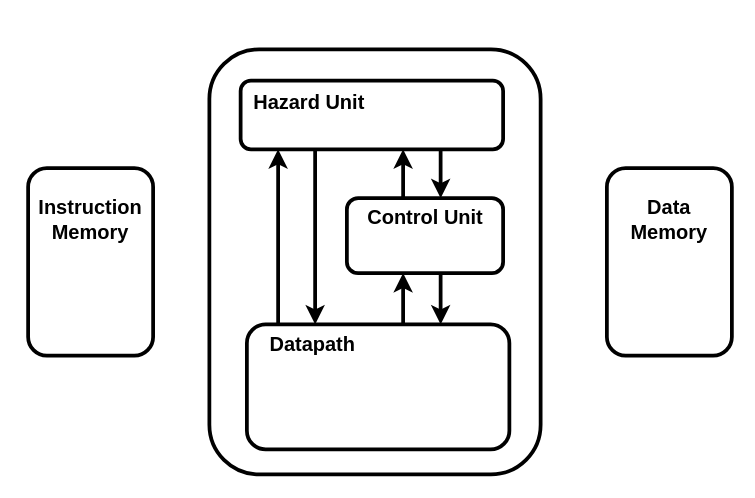
Before: page "BEAN-2 High Level" (1 of 4) of assets/BEAN-2.drawio in PebPeb/BEAN-2, a draw.io diagram. Source tidied: cells renumbered, new cells numbered last; positions are measured from the earlier drawing's top-left corner, leaving out a move shared by most shapes. Both pictures are drawn from the tidied source at 125%, with x=0, y=0 at pixel (28, 49).
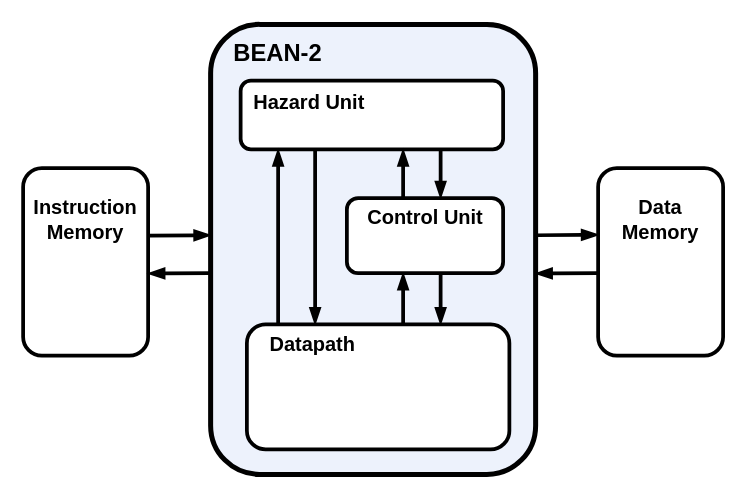
The same page after the edit.

Change to the diagram source:
```diff
@@
-    <mxCell id="2" style="rounded=1;whiteSpace=wrap;html=1;labelBackgroundColor=none;fillStyle=solid;strokeWidth=3;gradientDirection=east;" parent="1" vertex="1">
-      <mxGeometry x="145" width="265" height="340" as="geometry" />
+    <mxCell id="2" style="rounded=1;whiteSpace=wrap;html=1;labelBackgroundColor=none;fillStyle=solid;strokeWidth=4;gradientDirection=east;fillColor=#EDF2FC;strokeColor=#000000;" parent="1" vertex="1">
+      <mxGeometry x="146" y="-20" width="260" height="360" as="geometry" />
     </mxCell>
     <mxCell id="3" style="rounded=1;whiteSpace=wrap;html=1;strokeColor=#000000;labelBackgroundColor=none;fillStyle=solid;strokeWidth=3;gradientColor=none;gradientDirection=east;" parent="1" vertex="1">
-      <mxGeometry x="463" y="95" width="100" height="150" as="geometry" />
+      <mxGeometry x="456" y="95" width="100" height="150" as="geometry" />
     </mxCell>
     <mxCell id="4" style="rounded=1;whiteSpace=wrap;html=1;strokeColor=#000000;labelBackgroundColor=none;fillStyle=solid;strokeWidth=3;gradientColor=none;gradientDirection=east;" parent="1" vertex="1">
-      <mxGeometry y="95" width="100" height="150" as="geometry" />
+      <mxGeometry x="-4" y="95" width="100" height="150" as="geometry" />
     </mxCell>
@@
-    <mxCell id="7" style="rounded=1;whiteSpace=wrap;html=1;strokeColor=#000000;labelBackgroundColor=none;fillStyle=solid;strokeWidth=3;gradientColor=none;gradientDirection=east;" parent="1" vertex="1">
-      <mxGeometry x="255" y="119" width="125" height="60" as="geometry" />
-    </mxCell>
     <mxCell id="8" value="&lt;b&gt;Instruction Memory&lt;/b&gt;" style="text;html=1;strokeColor=none;fillColor=none;align=center;verticalAlign=middle;whiteSpace=wrap;rounded=0;fontSize=16;" parent="1" vertex="1">
-      <mxGeometry y="95" width="100" height="81" as="geometry" />
+      <mxGeometry x="-4" y="95" width="100" height="81" as="geometry" />
     </mxCell>
     <mxCell id="9" value="&lt;b&gt;Data Memory&lt;/b&gt;" style="text;html=1;strokeColor=none;fillColor=none;align=center;verticalAlign=middle;whiteSpace=wrap;rounded=0;fontSize=16;" parent="1" vertex="1">
-      <mxGeometry x="463" y="95" width="100" height="81" as="geometry" />
+      <mxGeometry x="456" y="95" width="100" height="81" as="geometry" />
     </mxCell>
-    <mxCell id="10" value="&lt;b&gt;Control Unit&lt;/b&gt;" style="text;html=1;strokeColor=none;fillColor=none;align=center;verticalAlign=middle;whiteSpace=wrap;rounded=0;fontSize=16;" parent="1" vertex="1">
-      <mxGeometry x="267.5" y="118" width="100" height="31" as="geometry" />
-    </mxCell>
@@
-    <mxCell id="13" style="endArrow=classic;html=1;rounded=0;labelBackgroundColor=none;fillStyle=solid;strokeColor=#000000;strokeWidth=3;fontFamily=Helvetica;fontSize=12;fontColor=default;fillColor=default;gradientColor=none;gradientDirection=east;shape=connector;" parent="1" edge="1">
+    <mxCell id="13" style="endArrow=blockThin;html=1;rounded=0;labelBackgroundColor=none;fillStyle=solid;strokeColor=#000000;strokeWidth=3;fontFamily=Helvetica;fontSize=12;fontColor=default;fillColor=default;gradientColor=none;gradientDirection=east;shape=connector;startArrow=none;startFill=0;endFill=1;" parent="1" edge="1">
       <mxGeometry relative="1" as="geometry">
         <mxPoint x="200" y="220" as="sourcePoint" />
         <mxPoint x="200" y="80" as="targetPoint" />
       </mxGeometry>
     </mxCell>
-    <mxCell id="14" style="endArrow=none;html=1;rounded=0;labelBackgroundColor=none;fillStyle=solid;strokeColor=default;strokeWidth=3;fontFamily=Helvetica;fontSize=12;fontColor=default;fillColor=default;gradientColor=none;gradientDirection=east;shape=connector;endFill=0;startArrow=classic;startFill=1;" parent="1" edge="1">
+    <mxCell id="14" style="endArrow=none;html=1;rounded=0;labelBackgroundColor=none;fillStyle=solid;strokeColor=#000000;strokeWidth=3;fontFamily=Helvetica;fontSize=12;fontColor=default;fillColor=default;gradientColor=none;gradientDirection=east;shape=connector;endFill=0;startArrow=blockThin;startFill=1;" parent="1" edge="1">
       <mxGeometry relative="1" as="geometry">
         <mxPoint x="229.6" y="220" as="sourcePoint" />
         <mxPoint x="229.6" y="80" as="targetPoint" />
       </mxGeometry>
     </mxCell>
-    <mxCell id="15" style="endArrow=classic;html=1;rounded=0;labelBackgroundColor=none;fillStyle=solid;strokeColor=#000000;strokeWidth=3;fontFamily=Helvetica;fontSize=12;fontColor=default;fillColor=default;gradientColor=none;gradientDirection=east;shape=connector;" parent="1" edge="1">
+    <mxCell id="15" style="endArrow=blockThin;html=1;rounded=0;labelBackgroundColor=none;fillStyle=solid;strokeColor=#000000;strokeWidth=3;fontFamily=Helvetica;fontSize=12;fontColor=default;fillColor=default;gradientColor=none;gradientDirection=east;shape=connector;startArrow=none;startFill=0;endFill=1;" parent="1" edge="1">
       <mxGeometry relative="1" as="geometry">
         <mxPoint x="300" y="119" as="sourcePoint" />
         <mxPoint x="300" y="80" as="targetPoint" />
       </mxGeometry>
     </mxCell>
-    <mxCell id="16" style="endArrow=none;html=1;rounded=0;labelBackgroundColor=none;fillStyle=solid;strokeColor=#000000;strokeWidth=3;fontFamily=Helvetica;fontSize=12;fontColor=default;fillColor=default;gradientColor=none;gradientDirection=east;shape=connector;startArrow=classic;startFill=1;endFill=0;" parent="1" edge="1">
+    <mxCell id="16" style="endArrow=none;html=1;rounded=0;labelBackgroundColor=none;fillStyle=solid;strokeColor=#000000;strokeWidth=3;fontFamily=Helvetica;fontSize=12;fontColor=default;fillColor=default;gradientColor=none;gradientDirection=east;shape=connector;startArrow=blockThin;startFill=1;endFill=0;" parent="1" edge="1">
       <mxGeometry relative="1" as="geometry">
         <mxPoint x="330" y="119" as="sourcePoint" />
         <mxPoint x="330" y="80" as="targetPoint" />
       </mxGeometry>
     </mxCell>
-    <mxCell id="17" style="endArrow=none;html=1;rounded=0;labelBackgroundColor=none;fillStyle=solid;strokeColor=#000000;strokeWidth=3;fontFamily=Helvetica;fontSize=12;fontColor=default;fillColor=default;gradientColor=none;gradientDirection=east;shape=connector;startArrow=classic;startFill=1;endFill=0;" parent="1" edge="1">
+    <mxCell id="17" style="endArrow=none;html=1;rounded=0;labelBackgroundColor=none;fillStyle=solid;strokeColor=#000000;strokeWidth=3;fontFamily=Helvetica;fontSize=12;fontColor=default;fillColor=default;gradientColor=none;gradientDirection=east;shape=connector;startArrow=blockThin;startFill=1;endFill=0;" parent="1" edge="1">
       <mxGeometry relative="1" as="geometry">
         <mxPoint x="330" y="220" as="sourcePoint" />
         <mxPoint x="330" y="180" as="targetPoint" />
       </mxGeometry>
     </mxCell>
-    <mxCell id="18" style="endArrow=classic;html=1;rounded=0;labelBackgroundColor=none;fillStyle=solid;strokeColor=#000000;strokeWidth=3;fontFamily=Helvetica;fontSize=12;fontColor=default;fillColor=default;gradientColor=none;gradientDirection=east;shape=connector;startArrow=none;startFill=0;endFill=1;" parent="1" edge="1">
+    <mxCell id="18" style="endArrow=blockThin;html=1;rounded=0;labelBackgroundColor=none;fillStyle=solid;strokeColor=#000000;strokeWidth=3;fontFamily=Helvetica;fontSize=12;fontColor=default;fillColor=default;gradientColor=none;gradientDirection=east;shape=connector;startArrow=none;startFill=0;endFill=1;" parent="1" edge="1">
       <mxGeometry relative="1" as="geometry">
         <mxPoint x="300" y="219" as="sourcePoint" />
         <mxPoint x="300" y="179" as="targetPoint" />
       </mxGeometry>
     </mxCell>
+    <mxCell id="19" style="endArrow=blockThin;html=1;rounded=0;labelBackgroundColor=none;fillStyle=solid;strokeColor=#000000;strokeWidth=3;fontFamily=Helvetica;fontSize=12;fontColor=default;fillColor=default;gradientColor=none;gradientDirection=east;shape=connector;entryX=0;entryY=0.559;entryDx=0;entryDy=0;entryPerimeter=0;startArrow=none;startFill=0;endFill=1;" parent="1" edge="1">
+      <mxGeometry relative="1" as="geometry">
+        <mxPoint x="96" y="149" as="sourcePoint" />
+        <mxPoint x="146" y="148.7" as="targetPoint" />
+      </mxGeometry>
+    </mxCell>
+    <mxCell id="20" style="endArrow=none;html=1;rounded=0;labelBackgroundColor=none;fillStyle=solid;strokeColor=#000000;strokeWidth=3;fontFamily=Helvetica;fontSize=12;fontColor=default;fillColor=default;gradientColor=none;gradientDirection=east;shape=connector;entryX=0;entryY=0.559;entryDx=0;entryDy=0;entryPerimeter=0;startArrow=blockThin;startFill=1;endFill=0;" parent="1" edge="1">
+      <mxGeometry relative="1" as="geometry">
+        <mxPoint x="96" y="179.3" as="sourcePoint" />
+        <mxPoint x="146" y="179" as="targetPoint" />
+      </mxGeometry>
+    </mxCell>
+    <mxCell id="21" style="endArrow=none;html=1;rounded=0;labelBackgroundColor=none;fillStyle=solid;strokeColor=#000000;strokeWidth=3;fontFamily=Helvetica;fontSize=12;fontColor=default;fillColor=default;gradientColor=none;gradientDirection=east;shape=connector;entryX=0;entryY=0.559;entryDx=0;entryDy=0;entryPerimeter=0;startArrow=blockThin;startFill=1;endFill=0;" parent="1" edge="1">
+      <mxGeometry relative="1" as="geometry">
+        <mxPoint x="406" y="179.3" as="sourcePoint" />
+        <mxPoint x="456" y="179" as="targetPoint" />
+      </mxGeometry>
+    </mxCell>
+    <mxCell id="22" style="endArrow=blockThin;html=1;rounded=0;labelBackgroundColor=none;fillStyle=solid;strokeColor=#000000;strokeWidth=3;fontFamily=Helvetica;fontSize=12;fontColor=default;fillColor=default;gradientColor=none;gradientDirection=east;shape=connector;entryX=0;entryY=0.559;entryDx=0;entryDy=0;entryPerimeter=0;startArrow=none;startFill=0;endFill=1;" parent="1" edge="1">
+      <mxGeometry relative="1" as="geometry">
+        <mxPoint x="406" y="148.7" as="sourcePoint" />
+        <mxPoint x="456" y="148.4" as="targetPoint" />
+      </mxGeometry>
+    </mxCell>
+    <mxCell id="7" style="rounded=1;whiteSpace=wrap;html=1;strokeColor=#000000;labelBackgroundColor=none;fillStyle=solid;strokeWidth=3;gradientColor=none;gradientDirection=east;" parent="1" vertex="1">
+      <mxGeometry x="255" y="119" width="125" height="60" as="geometry" />
+    </mxCell>
+    <mxCell id="10" value="&lt;b&gt;Control Unit&lt;/b&gt;" style="text;html=1;strokeColor=none;fillColor=none;align=center;verticalAlign=middle;whiteSpace=wrap;rounded=0;fontSize=16;" parent="1" vertex="1">
+      <mxGeometry x="267.5" y="118" width="100" height="31" as="geometry" />
+    </mxCell>
+    <mxCell id="23" value="&lt;b&gt;&lt;font style=&quot;font-size: 19px;&quot;&gt;BEAN-2&lt;/font&gt;&lt;/b&gt;" style="text;html=1;strokeColor=none;fillColor=none;align=center;verticalAlign=middle;whiteSpace=wrap;rounded=0;fontSize=16;" parent="1" vertex="1">
+      <mxGeometry x="157" y="-22" width="86" height="51" as="geometry" />
+    </mxCell>
```
